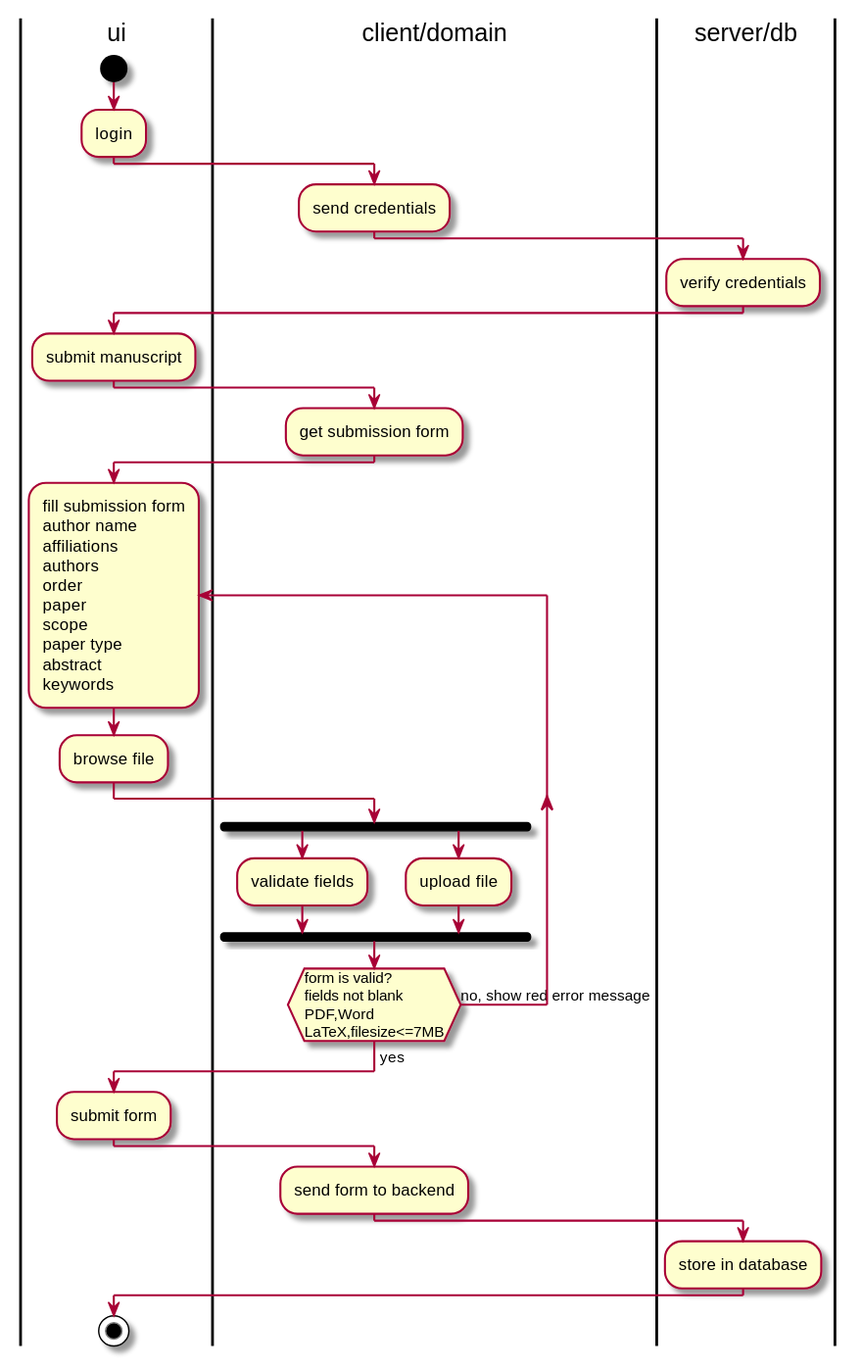
Arunscape/ECE493 keeps this PlantUML diagram as lab/lab3/activity1.svg. Above is the earlier version.
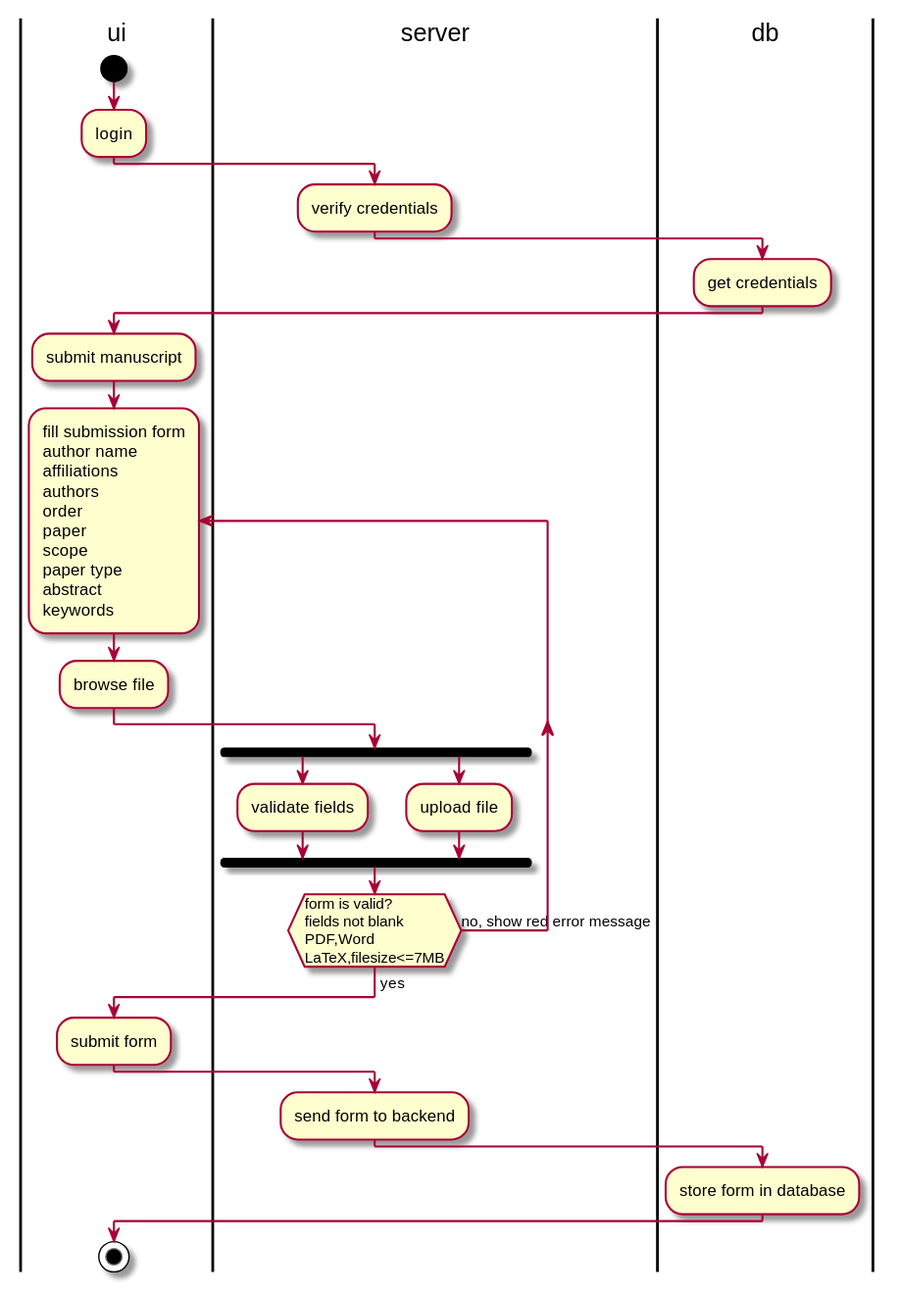
After the change.

Commit message:
I think I'm fucking done the activity diagrams now

Change to the diagram source:
```diff
@@ -3,23 +3,21 @@
 start
 :login;
 
-|client/domain|
-:send credentials;
+|server|
+:verify credentials;
 
-|server/db|
-:verify credentials;
+|db|
+:get credentials;
 
 |ui|
 :submit manuscript;
 
-|client/domain|
-:get submission form;
 
 |ui|
 repeat :fill submission form\nauthor name\naffiliations\nauthors\norder\npaper\nscope\npaper type\nabstract\nkeywords;
 :browse file;
 
-|client/domain|
+|server|
 fork
     :validate fields;
 fork again
@@ -33,11 +31,11 @@
 |ui|
 :submit form;
 
-|client/domain|
+|server|
 :send form to backend;
 
-|server/db|
-:store in database;
+|db|
+:store form in database;
 
 |ui|
 stop
```
